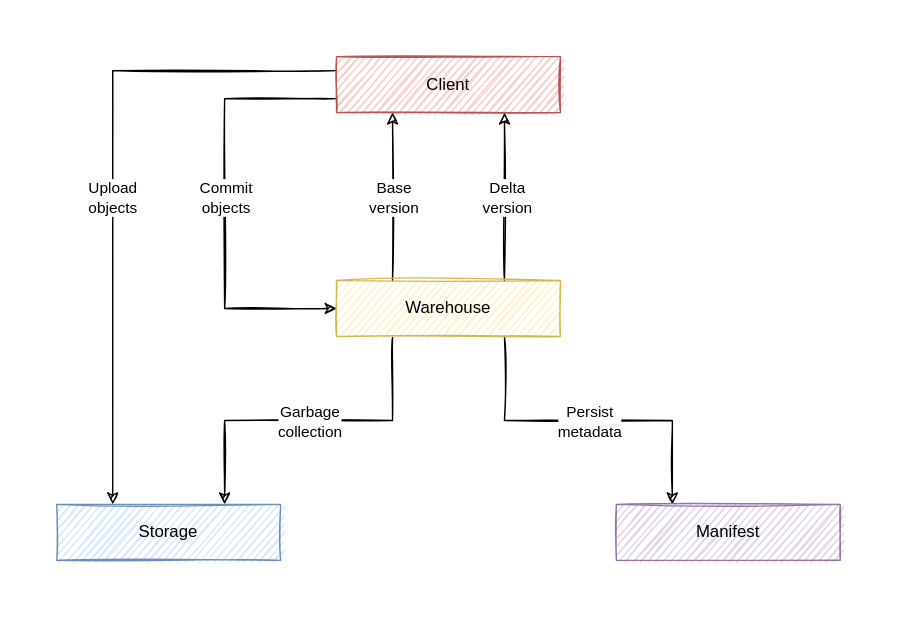
Before: docs/images/warehouse-architecture.drawio.svg, a diagram exported from draw.io (engula/engula). Source tidied: cells renumbered, new cells last; positions are measured from the earlier drawing's top-left corner, leaving out a move shared by most shapes.
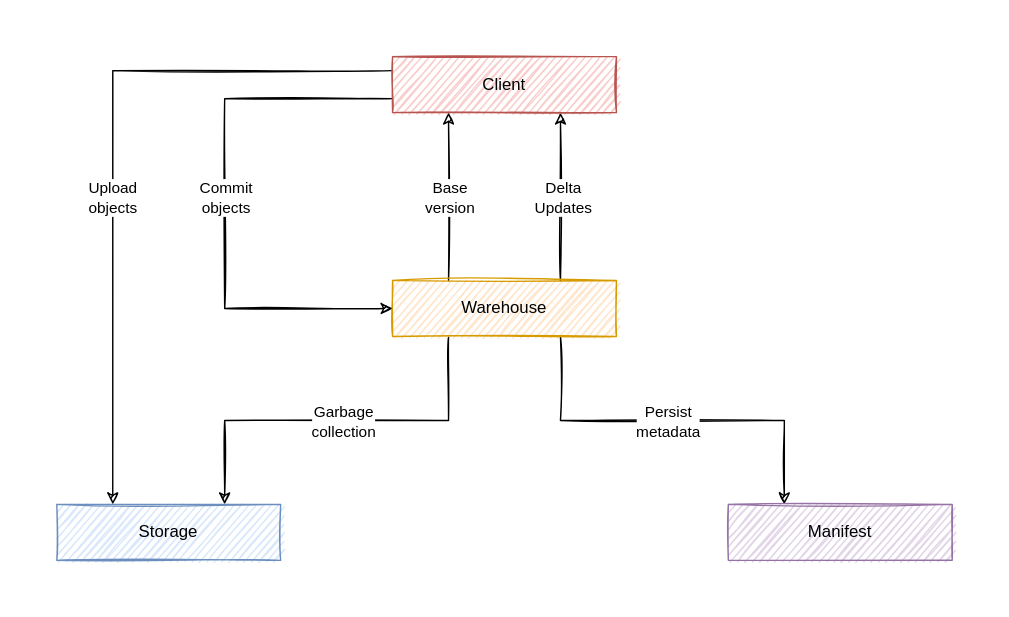
The same diagram one commit later.

The edit, as a diff of the source:
```diff
@@ -3,7 +3,7 @@
     <mxCell id="0" />
     <mxCell id="1" parent="0" />
     <mxCell id="2" style="rounded=0;whiteSpace=wrap;html=1;strokeColor=none;" parent="1" vertex="1">
-      <mxGeometry width="640" height="440" as="geometry" />
+      <mxGeometry width="720" height="440" as="geometry" />
     </mxCell>
     <mxCell id="3" style="edgeStyle=orthogonalEdgeStyle;rounded=0;jettySize=auto;html=1;exitX=0.25;exitY=1;exitDx=0;exitDy=0;entryX=0.75;entryY=0;entryDx=0;entryDy=0;sketch=1;" parent="1" edge="1" source="11" target="12">
       <mxGeometry relative="1" as="geometry" />
@@ -32,19 +32,19 @@
     <mxCell id="9" style="edgeStyle=orthogonalEdgeStyle;rounded=0;jettySize=auto;html=1;exitX=0.75;exitY=0;exitDx=0;exitDy=0;entryX=0.75;entryY=1;entryDx=0;entryDy=0;sketch=1;" parent="1" edge="1" source="11" target="18">
       <mxGeometry relative="1" as="geometry" />
     </mxCell>
-    <mxCell id="10" value="Delta&lt;br&gt;version" style="edgeLabel;html=1;align=center;verticalAlign=middle;" parent="9" vertex="1">
+    <mxCell id="10" value="Delta&lt;br&gt;Updates" style="edgeLabel;html=1;align=center;verticalAlign=middle;" parent="9" vertex="1">
       <mxGeometry x="-0.3" y="-1" relative="1" as="geometry">
         <mxPoint y="-18" as="offset" />
       </mxGeometry>
     </mxCell>
-    <mxCell id="11" value="Warehouse" style="rounded=0;whiteSpace=wrap;html=1;sketch=1;fillColor=#fff2cc;strokeColor=#d6b656;" parent="1" vertex="1">
-      <mxGeometry x="240" y="200" width="160" height="40" as="geometry" />
+    <mxCell id="11" value="Warehouse" style="rounded=0;whiteSpace=wrap;html=1;sketch=1;fillColor=#ffe6cc;strokeColor=#d79b00;" parent="1" vertex="1">
+      <mxGeometry x="280" y="200" width="160" height="40" as="geometry" />
     </mxCell>
     <mxCell id="12" value="Storage" style="rounded=0;whiteSpace=wrap;html=1;sketch=1;fillColor=#dae8fc;strokeColor=#6c8ebf;" parent="1" vertex="1">
       <mxGeometry x="40" y="360" width="160" height="40" as="geometry" />
     </mxCell>
     <mxCell id="13" value="Manifest" style="rounded=0;whiteSpace=wrap;html=1;sketch=1;fillColor=#e1d5e7;strokeColor=#9673a6;" parent="1" vertex="1">
-      <mxGeometry x="440" y="360" width="160" height="40" as="geometry" />
+      <mxGeometry x="520" y="360" width="160" height="40" as="geometry" />
     </mxCell>
     <mxCell id="14" style="rounded=0;jettySize=auto;html=1;exitX=0;exitY=0.75;exitDx=0;exitDy=0;entryX=0;entryY=0.5;entryDx=0;entryDy=0;edgeStyle=orthogonalEdgeStyle;sketch=1;" parent="1" edge="1" source="18" target="11">
       <mxGeometry relative="1" as="geometry">
@@ -56,7 +56,7 @@
     </mxCell>
     <mxCell id="15" value="Commit&lt;br&gt;objects" style="edgeLabel;html=1;align=center;verticalAlign=middle;" parent="14" vertex="1">
       <mxGeometry x="0.35" relative="1" as="geometry">
-        <mxPoint y="-59" as="offset" />
+        <mxPoint y="-73" as="offset" />
       </mxGeometry>
     </mxCell>
     <mxCell id="16" style="edgeStyle=orthogonalEdgeStyle;rounded=0;jettySize=auto;html=1;exitX=0;exitY=0.25;exitDx=0;exitDy=0;entryX=0.25;entryY=0;entryDx=0;entryDy=0;entryPerimeter=0;sketch=1;" parent="1" edge="1" source="18" target="12">
@@ -68,11 +68,11 @@
     </mxCell>
     <mxCell id="17" value="Upload&lt;br&gt;objects" style="edgeLabel;html=1;align=center;verticalAlign=middle;" parent="16" vertex="1">
       <mxGeometry x="-0.08" y="-1" relative="1" as="geometry">
-        <mxPoint y="33" as="offset" />
+        <mxPoint y="55" as="offset" />
       </mxGeometry>
     </mxCell>
     <mxCell id="18" value="Client" style="rounded=0;whiteSpace=wrap;html=1;sketch=1;fillColor=#f8cecc;strokeColor=#b85450;" parent="1" vertex="1">
-      <mxGeometry x="240" y="40" width="160" height="40" as="geometry" />
+      <mxGeometry x="280" y="40" width="160" height="40" as="geometry" />
     </mxCell>
   </root>
 </mxGraphModel>
```
